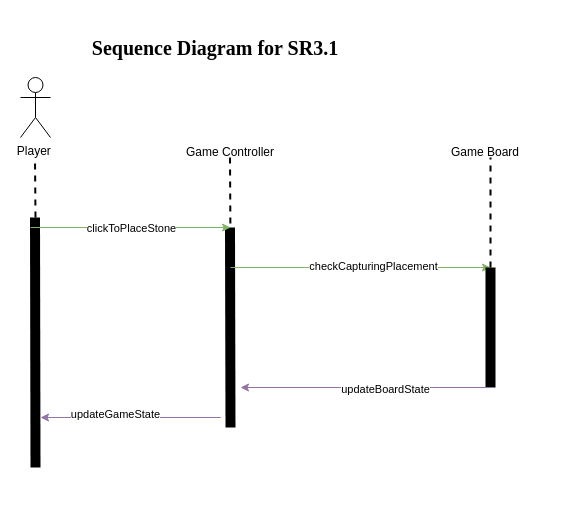
Above: Sequence Diagram.drawio in b-rattray04/Group1-HexOust-Game (draw.io), before the change. Source tidied: cells renumbered, new cells numbered last; positions are measured from the earlier drawing's top-left corner, leaving out a move shared by most shapes. Both pictures are drawn from the tidied source at 100%, with x=0, y=0 at pixel (20, 17).
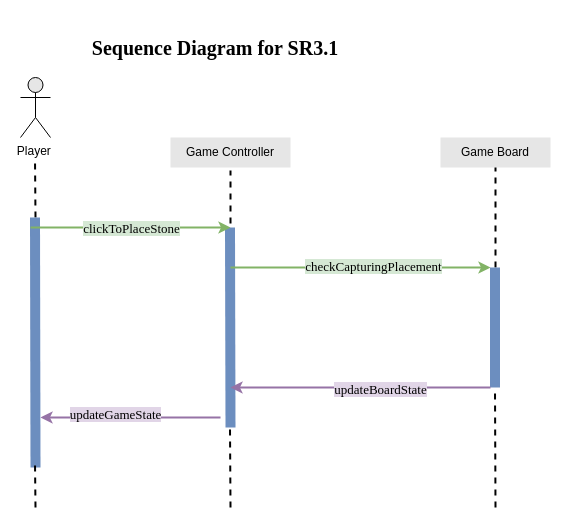
After the change.

Diff of the diagram source:
```diff
@@
-    <mxCell id="3" value="Player&amp;nbsp;&lt;div&gt;&lt;br&gt;&lt;/div&gt;" style="shape=umlActor;verticalLabelPosition=bottom;verticalAlign=top;html=1;" parent="1" vertex="1">
+    <mxCell id="3" value="Player&amp;nbsp;&lt;div&gt;&lt;br&gt;&lt;/div&gt;" style="shape=umlActor;verticalLabelPosition=bottom;verticalAlign=top;html=1;fillColor=#E6E6E6;" parent="1" vertex="1">
       <mxGeometry y="60" width="30" height="60" as="geometry" />
     </mxCell>
@@
-    <mxCell id="5" style="endArrow=none;html=1;rounded=0;strokeWidth=10;" parent="1" edge="1">
+    <mxCell id="5" style="endArrow=none;html=1;rounded=0;strokeWidth=10;fillColor=#dae8fc;strokeColor=#6c8ebf;" parent="1" edge="1">
       <mxGeometry relative="1" as="geometry">
         <mxPoint x="15" y="450" as="sourcePoint" />
         <mxPoint x="14.5" y="200" as="targetPoint" />
       </mxGeometry>
     </mxCell>
-    <mxCell id="6" value="Game Controller" style="text;html=1;align=center;verticalAlign=middle;whiteSpace=wrap;rounded=0;" parent="1" vertex="1">
+    <mxCell id="6" value="Game Controller" style="text;html=1;align=center;verticalAlign=middle;whiteSpace=wrap;rounded=0;perimeterSpacing=3;fillColor=#E6E6E6;" parent="1" vertex="1">
       <mxGeometry x="150" y="120" width="120" height="30" as="geometry" />
     </mxCell>
-    <mxCell id="7" value="Game Board" style="text;html=1;align=center;verticalAlign=middle;whiteSpace=wrap;rounded=0;" parent="1" vertex="1">
-      <mxGeometry x="410" y="120" width="110" height="30" as="geometry" />
+    <mxCell id="7" value="Game Board" style="text;html=1;align=center;verticalAlign=middle;whiteSpace=wrap;rounded=0;fillColor=#E6E6E6;" parent="1" vertex="1">
+      <mxGeometry x="420" y="120" width="110" height="30" as="geometry" />
     </mxCell>
-    <mxCell id="8" style="endArrow=none;html=1;rounded=0;dashed=1;strokeWidth=2;" parent="1" edge="1">
+    <mxCell id="8" style="endArrow=none;html=1;rounded=0;dashed=1;strokeWidth=2;entryX=0.5;entryY=1;entryDx=0;entryDy=0;" parent="1" edge="1" target="6">
       <mxGeometry relative="1" as="geometry">
         <mxPoint x="210" y="230" as="sourcePoint" />
-        <mxPoint x="209.5" y="140" as="targetPoint" />
       </mxGeometry>
     </mxCell>
-    <mxCell id="9" style="endArrow=none;html=1;rounded=0;dashed=1;strokeWidth=2;" parent="1" edge="1">
+    <mxCell id="9" style="endArrow=none;html=1;rounded=0;dashed=1;strokeWidth=2;entryX=0.5;entryY=1;entryDx=0;entryDy=0;" parent="1" edge="1" target="7">
       <mxGeometry relative="1" as="geometry">
-        <mxPoint x="470" y="250" as="sourcePoint" />
-        <mxPoint x="470" y="140" as="targetPoint" />
+        <mxPoint x="475" y="250" as="sourcePoint" />
       </mxGeometry>
     </mxCell>
-    <mxCell id="10" style="endArrow=none;html=1;rounded=0;strokeWidth=10;" parent="1" edge="1">
+    <mxCell id="10" style="endArrow=none;html=1;rounded=0;strokeWidth=10;fillColor=#dae8fc;strokeColor=#6c8ebf;" parent="1" edge="1">
       <mxGeometry relative="1" as="geometry">
         <mxPoint x="210" y="410" as="sourcePoint" />
         <mxPoint x="209.5" y="210" as="targetPoint" />
       </mxGeometry>
     </mxCell>
-    <mxCell id="11" style="endArrow=classic;html=1;rounded=0;fillColor=#d5e8d4;strokeColor=#82b366;" parent="1" edge="1">
+    <mxCell id="11" style="endArrow=classic;html=1;rounded=0;fillColor=#d5e8d4;strokeColor=#82b366;strokeWidth=2;" parent="1" edge="1">
       <mxGeometry relative="1" as="geometry">
         <mxPoint x="10" y="210" as="sourcePoint" />
         <mxPoint x="210" y="210" as="targetPoint" />
       </mxGeometry>
     </mxCell>
-    <mxCell id="12" value="clickToPlaceStone" style="edgeLabel;html=1;align=center;verticalAlign=middle;" parent="11" vertex="1">
+    <mxCell id="12" value="clickToPlaceStone" style="edgeLabel;html=1;align=center;verticalAlign=middle;labelBackgroundColor=#D5E8D4;fontFamily=Times New Roman;fontSize=13;" parent="11" vertex="1">
       <mxGeometry x="-0.23" y="-1" relative="1" as="geometry">
         <mxPoint x="23" y="-1" as="offset" />
       </mxGeometry>
     </mxCell>
-    <mxCell id="13" style="endArrow=classic;html=1;rounded=0;fillColor=#d5e8d4;strokeColor=#82b366;" parent="1" edge="1">
+    <mxCell id="13" style="endArrow=classic;html=1;rounded=0;fillColor=#d5e8d4;strokeColor=#82b366;strokeWidth=2;" parent="1" edge="1">
       <mxGeometry relative="1" as="geometry">
         <mxPoint x="210" y="250" as="sourcePoint" />
         <mxPoint x="470" y="250" as="targetPoint" />
       </mxGeometry>
     </mxCell>
-    <mxCell id="14" value="checkCapturingPlacement" style="edgeLabel;html=1;align=center;verticalAlign=middle;" parent="13" vertex="1">
+    <mxCell id="14" value="&lt;font&gt;checkCapturingPlacement&lt;/font&gt;" style="edgeLabel;html=1;align=center;verticalAlign=middle;fontFamily=Times New Roman;fontSize=13;labelBackgroundColor=#D5E8D4;" parent="13" vertex="1">
       <mxGeometry x="0.09" y="2" relative="1" as="geometry" />
     </mxCell>
-    <mxCell id="15" style="endArrow=none;html=1;rounded=0;strokeWidth=10;" parent="1" edge="1">
+    <mxCell id="15" style="endArrow=none;html=1;rounded=0;strokeWidth=10;fillColor=#dae8fc;strokeColor=#6c8ebf;" parent="1" edge="1">
       <mxGeometry relative="1" as="geometry">
-        <mxPoint x="470" y="370" as="sourcePoint" />
-        <mxPoint x="470" y="250" as="targetPoint" />
+        <mxPoint x="474.5" y="370" as="sourcePoint" />
+        <mxPoint x="474.5" y="250" as="targetPoint" />
+        <Array as="points">
+          <mxPoint x="474.5" y="290" />
+        </Array>
       </mxGeometry>
     </mxCell>
-    <mxCell id="16" style="endArrow=classic;html=1;rounded=0;fillColor=#e1d5e7;strokeColor=#9673a6;" parent="1" edge="1">
+    <mxCell id="16" style="endArrow=classic;html=1;rounded=0;fillColor=#e1d5e7;strokeColor=#9673a6;strokeWidth=2;" parent="1" edge="1">
       <mxGeometry relative="1" as="geometry">
         <mxPoint x="470" y="370" as="sourcePoint" />
-        <mxPoint x="220" y="370" as="targetPoint" />
+        <mxPoint x="210" y="370" as="targetPoint" />
       </mxGeometry>
     </mxCell>
-    <mxCell id="17" value="updateBoardState" style="edgeLabel;html=1;align=center;verticalAlign=middle;" parent="16" vertex="1">
+    <mxCell id="17" value="&lt;font&gt;updateBoardState&lt;/font&gt;" style="edgeLabel;html=1;align=center;verticalAlign=middle;labelBorderColor=none;fontStyle=0;fontFamily=Times New Roman;labelBackgroundColor=#E1D5E7;fontSize=13;" parent="16" vertex="1">
       <mxGeometry x="-0.15" y="1" relative="1" as="geometry" />
     </mxCell>
-    <mxCell id="18" style="endArrow=classic;html=1;rounded=0;fillColor=#e1d5e7;strokeColor=#9673a6;" parent="1" edge="1">
+    <mxCell id="18" style="endArrow=classic;html=1;rounded=0;fillColor=#e1d5e7;strokeColor=#9673a6;strokeWidth=2;" parent="1" edge="1">
       <mxGeometry relative="1" as="geometry">
         <mxPoint x="120" y="400" as="sourcePoint" />
         <mxPoint x="20" y="400" as="targetPoint" />
         <Array as="points">
           <mxPoint x="200" y="400" />
         </Array>
       </mxGeometry>
     </mxCell>
-    <mxCell id="19" value="updateGameState" style="edgeLabel;html=1;align=center;verticalAlign=middle;" parent="18" vertex="1">
+    <mxCell id="19" value="updateGameState" style="edgeLabel;html=1;align=center;verticalAlign=middle;fontFamily=Times New Roman;fontSize=13;labelBackgroundColor=#E1D5E7;" parent="18" vertex="1">
       <mxGeometry x="0.43" y="-4" relative="1" as="geometry" />
     </mxCell>
+    <mxCell id="20" style="endArrow=none;html=1;rounded=0;dashed=1;strokeWidth=2;" parent="1" edge="1">
+      <mxGeometry relative="1" as="geometry">
+        <mxPoint x="15" y="490" as="sourcePoint" />
+        <mxPoint x="14.5" y="445" as="targetPoint" />
+      </mxGeometry>
+    </mxCell>
+    <mxCell id="21" style="endArrow=none;html=1;rounded=0;dashed=1;strokeWidth=2;" parent="1" edge="1">
+      <mxGeometry relative="1" as="geometry">
+        <mxPoint x="210" y="490" as="sourcePoint" />
+        <mxPoint x="209.5" y="410" as="targetPoint" />
+      </mxGeometry>
+    </mxCell>
+    <mxCell id="22" style="endArrow=none;html=1;rounded=0;dashed=1;strokeWidth=2;" parent="1" edge="1">
+      <mxGeometry relative="1" as="geometry">
+        <mxPoint x="475" y="490" as="sourcePoint" />
+        <mxPoint x="474.5" y="370" as="targetPoint" />
+      </mxGeometry>
+    </mxCell>
```
